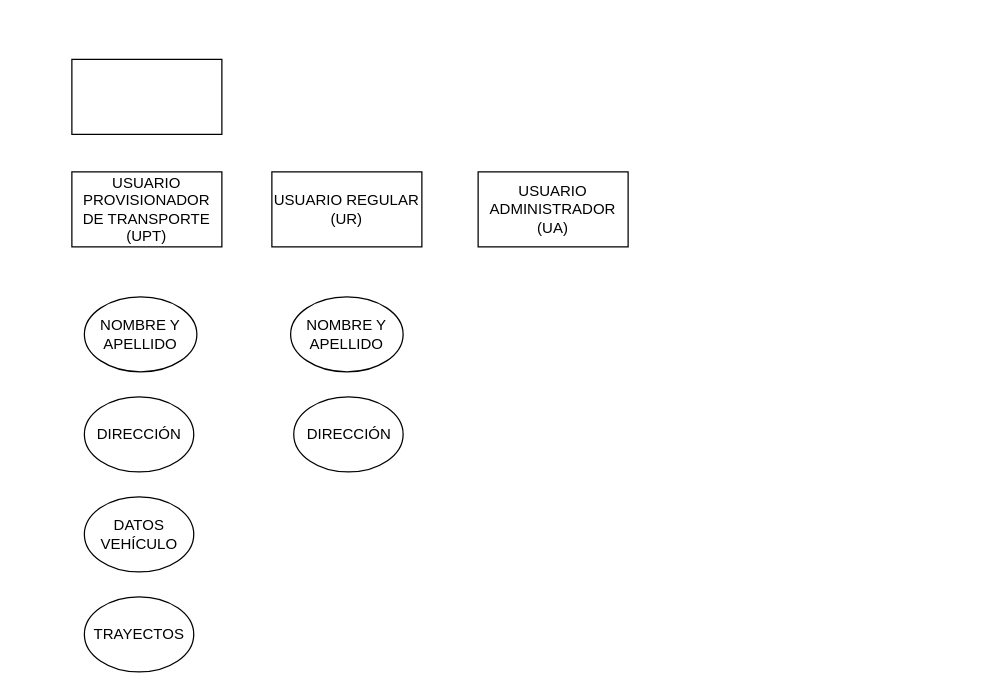
The draw.io diagram Diagrama sin título.drawio in projects-assignments/mudapp-grupo-3, before the edit. Source tidied: cells renumbered, new cells numbered last; positions are measured from the earlier drawing's top-left corner, leaving out a move shared by most shapes. Both pictures are drawn from the tidied source at 125%, with x=0, y=0 at pixel (71, 59).
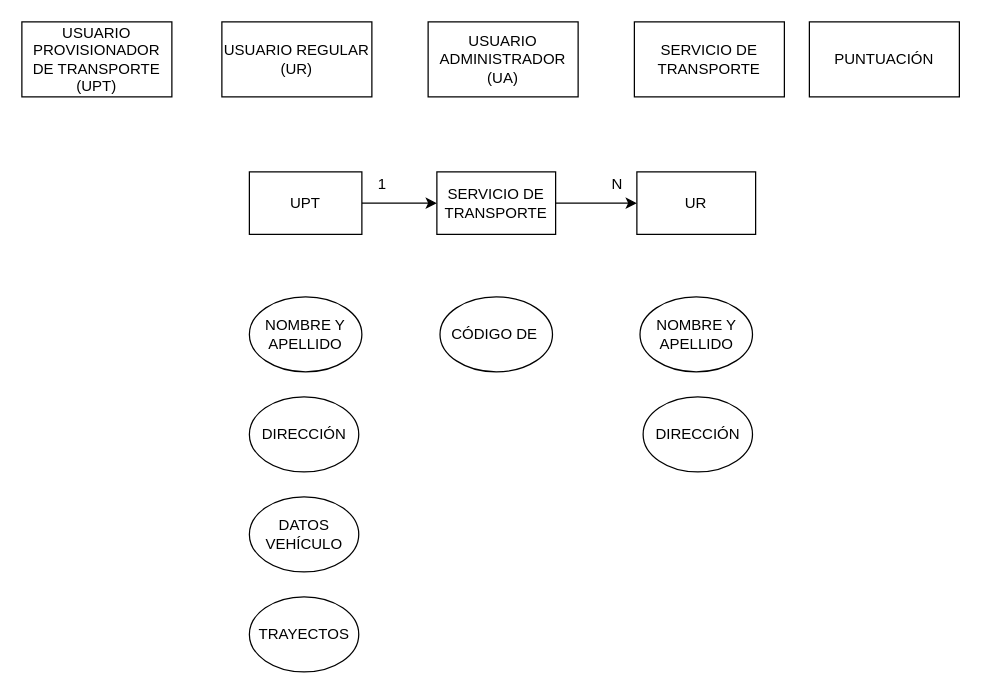
After the change.

Change to the diagram source:
```diff
@@
     <mxCell id="2" value="USUARIO PROVISIONADOR DE TRANSPORTE (UPT)" style="rounded=0;whiteSpace=wrap;html=1;" parent="1" vertex="1">
-      <mxGeometry y="90" width="120" height="60" as="geometry" />
+      <mxGeometry x="-40" y="-30" width="120" height="60" as="geometry" />
     </mxCell>
     <mxCell id="3" value="USUARIO REGULAR (UR)" style="rounded=0;whiteSpace=wrap;html=1;" parent="1" vertex="1">
-      <mxGeometry x="160" y="90" width="120" height="60" as="geometry" />
+      <mxGeometry x="120" y="-30" width="120" height="60" as="geometry" />
     </mxCell>
     <mxCell id="4" value="USUARIO ADMINISTRADOR&lt;br&gt;(UA)" style="rounded=0;whiteSpace=wrap;html=1;" parent="1" vertex="1">
-      <mxGeometry x="325" y="90" width="120" height="60" as="geometry" />
+      <mxGeometry x="285" y="-30" width="120" height="60" as="geometry" />
     </mxCell>
     <mxCell id="5" value="NOMBRE Y APELLIDO" style="ellipse;whiteSpace=wrap;html=1;" parent="1" vertex="1">
-      <mxGeometry x="10" y="190" width="90" height="60" as="geometry" />
+      <mxGeometry x="142" y="190" width="90" height="60" as="geometry" />
     </mxCell>
     <mxCell id="6" value="DIRECCIÓN" style="ellipse;whiteSpace=wrap;html=1;" parent="1" vertex="1">
-      <mxGeometry x="10" y="270" width="87.5" height="60" as="geometry" />
+      <mxGeometry x="142" y="270" width="87.5" height="60" as="geometry" />
     </mxCell>
     <mxCell id="7" value="NOMBRE Y APELLIDO" style="ellipse;whiteSpace=wrap;html=1;" parent="1" vertex="1">
-      <mxGeometry x="175" y="190" width="90" height="60" as="geometry" />
+      <mxGeometry x="454.5" y="190" width="90" height="60" as="geometry" />
     </mxCell>
     <mxCell id="8" value="DIRECCIÓN" style="ellipse;whiteSpace=wrap;html=1;" parent="1" vertex="1">
-      <mxGeometry x="177.5" y="270" width="87.5" height="60" as="geometry" />
+      <mxGeometry x="457" y="270" width="87.5" height="60" as="geometry" />
     </mxCell>
     <mxCell id="9" value="DATOS VEHÍCULO" style="ellipse;whiteSpace=wrap;html=1;" parent="1" vertex="1">
-      <mxGeometry x="10" y="350" width="87.5" height="60" as="geometry" />
+      <mxGeometry x="142" y="350" width="87.5" height="60" as="geometry" />
     </mxCell>
     <mxCell id="10" value="TRAYECTOS" style="ellipse;whiteSpace=wrap;html=1;" parent="1" vertex="1">
-      <mxGeometry x="10" y="430" width="87.5" height="60" as="geometry" />
+      <mxGeometry x="142" y="430" width="87.5" height="60" as="geometry" />
     </mxCell>
-    <mxCell id="11" style="rounded=0;whiteSpace=wrap;html=1;" parent="1" vertex="1">
-      <mxGeometry width="120" height="60" as="geometry" />
+    <mxCell id="11" value="SERVICIO DE TRANSPORTE" style="rounded=0;whiteSpace=wrap;html=1;" parent="1" vertex="1">
+      <mxGeometry x="450" y="-30" width="120" height="60" as="geometry" />
     </mxCell>
+    <mxCell id="12" style="edgeStyle=orthogonalEdgeStyle;rounded=0;jettySize=auto;html=1;entryX=0;entryY=0.5;entryDx=0;entryDy=0;" parent="1" edge="1" source="13" target="18">
+      <mxGeometry relative="1" as="geometry" />
+    </mxCell>
+    <mxCell id="13" value="UPT" style="rounded=0;whiteSpace=wrap;html=1;" parent="1" vertex="1">
+      <mxGeometry x="142" y="90" width="90" height="50" as="geometry" />
+    </mxCell>
+    <mxCell id="14" value="UR" style="rounded=0;whiteSpace=wrap;html=1;" parent="1" vertex="1">
+      <mxGeometry x="452" y="90" width="95" height="50" as="geometry" />
+    </mxCell>
+    <mxCell id="15" value="1" style="text;html=1;strokeColor=none;fillColor=none;align=center;verticalAlign=middle;whiteSpace=wrap;rounded=0;" parent="1" vertex="1">
+      <mxGeometry x="232" y="90" width="32.5" height="20" as="geometry" />
+    </mxCell>
+    <mxCell id="16" value="N" style="text;html=1;strokeColor=none;fillColor=none;align=center;verticalAlign=middle;whiteSpace=wrap;rounded=0;" parent="1" vertex="1">
+      <mxGeometry x="419.5" y="90" width="32.5" height="20" as="geometry" />
+    </mxCell>
+    <mxCell id="17" style="edgeStyle=orthogonalEdgeStyle;rounded=0;jettySize=auto;html=1;entryX=0;entryY=0.5;entryDx=0;entryDy=0;" parent="1" edge="1" source="18" target="14">
+      <mxGeometry relative="1" as="geometry" />
+    </mxCell>
+    <mxCell id="18" value="SERVICIO DE TRANSPORTE" style="rounded=0;whiteSpace=wrap;html=1;" parent="1" vertex="1">
+      <mxGeometry x="292" y="90" width="95" height="50" as="geometry" />
+    </mxCell>
+    <mxCell id="19" value="CÓDIGO DE&amp;nbsp;" style="ellipse;whiteSpace=wrap;html=1;" parent="1" vertex="1">
+      <mxGeometry x="294.5" y="190" width="90" height="60" as="geometry" />
+    </mxCell>
+    <mxCell id="20" value="PUNTUACIÓN" style="rounded=0;whiteSpace=wrap;html=1;" parent="1" vertex="1">
+      <mxGeometry x="590" y="-30" width="120" height="60" as="geometry" />
+    </mxCell>
```
